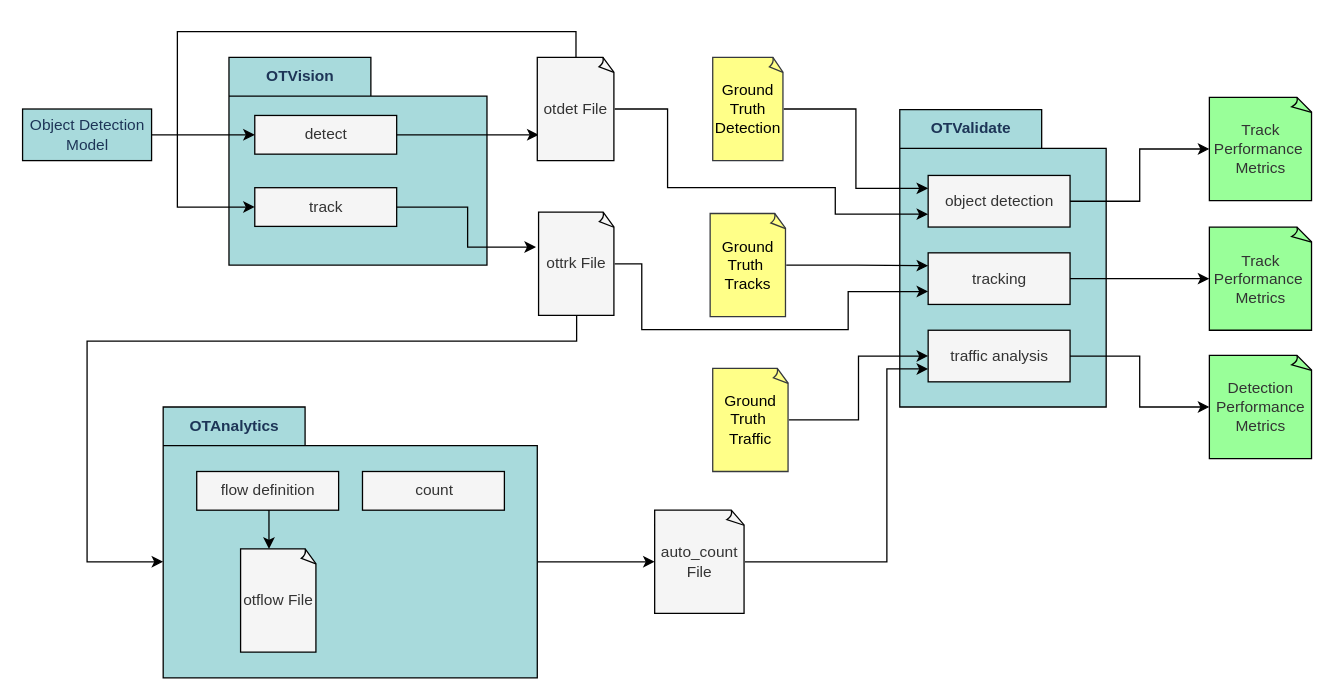
OpenTrafficCam/OTDocs keeps this draw.io diagram as docs/OTLabels/training/assets/otvalidate_overview.drawio. Above is the earlier version. Source tidied: cells renumbered, new cells numbered last; positions are measured from the earlier drawing's top-left corner, leaving out a move shared by most shapes. Both pictures are drawn from the tidied source at 129%, with x=0, y=0 at pixel (22, 31).
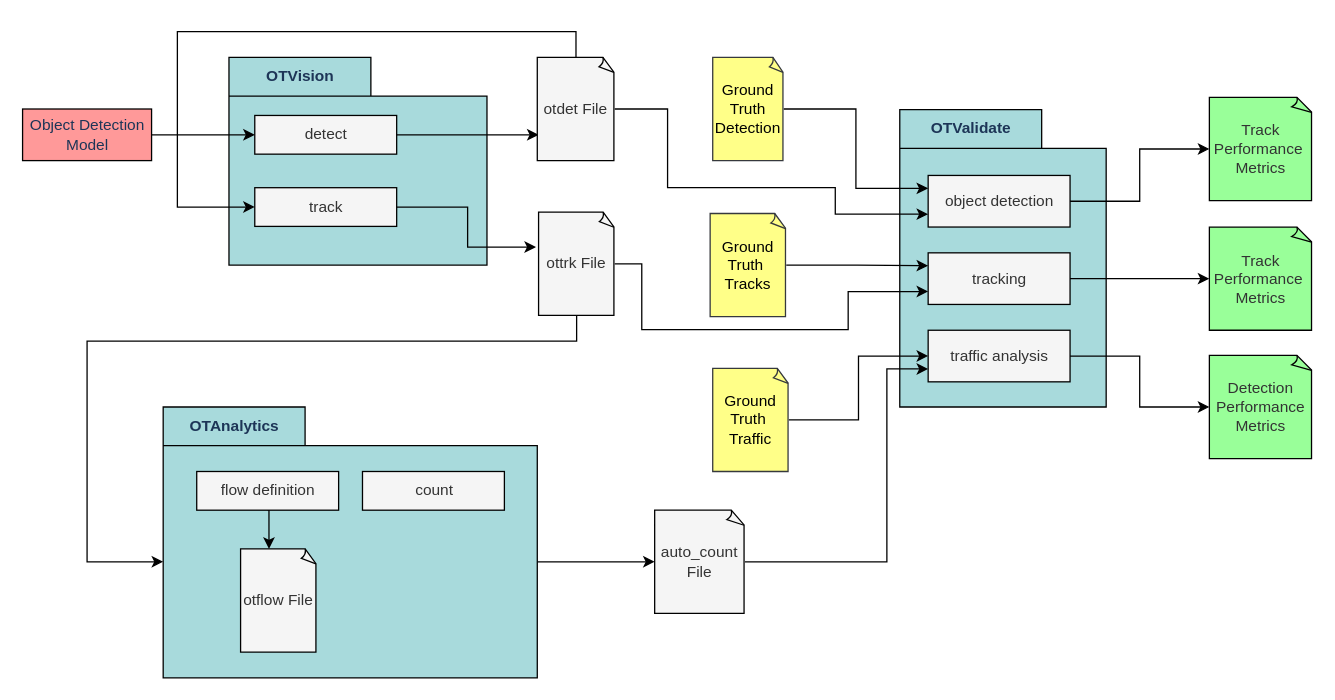
Above is the later version.

Commit message (it also covers changes not shown here):
Change models fill color to red

Change to the diagram source:
```diff
@@
-    <mxCell id="7" value="Object Detection &lt;br&gt;Model" style="html=1;dashed=0;whitespace=wrap;fillColor=#A8DADC;fontColor=#1D3557;strokeColor=#000000;" parent="1" vertex="1">
+    <mxCell id="7" value="Object Detection &lt;br&gt;Model" style="html=1;dashed=0;whitespace=wrap;fontColor=#1D3557;strokeColor=#000000;fillColor=#FF9999;" parent="1" vertex="1">
       <mxGeometry y="60" width="100" height="40" as="geometry" />
     </mxCell>
```
